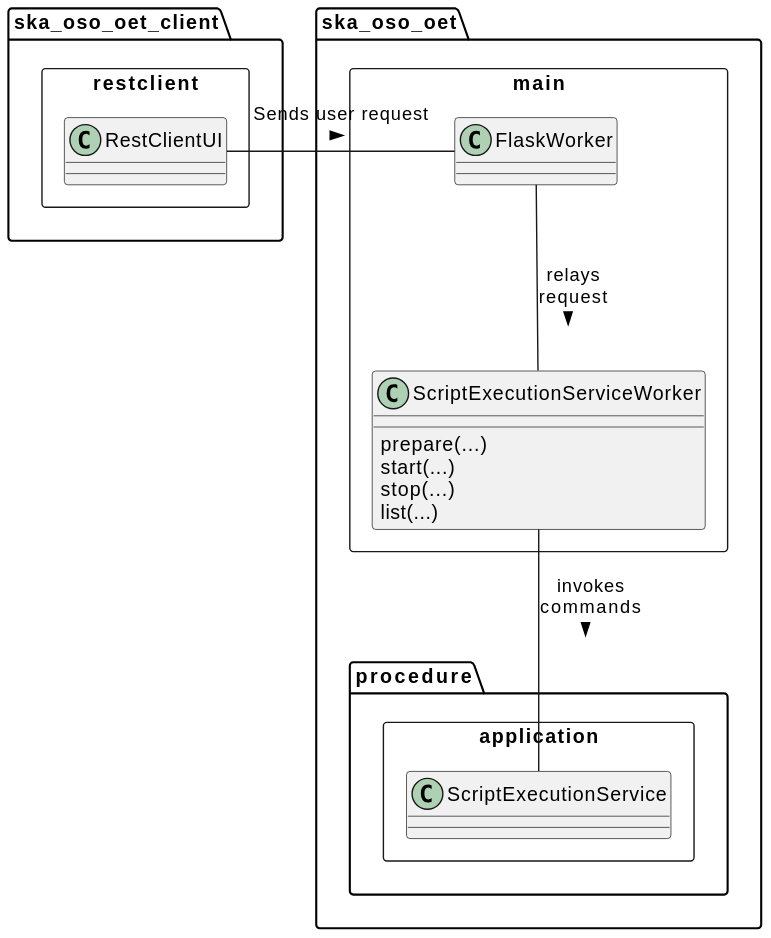
Earlier version of the PlantUML export docs/src/diagrams/export/backend_module_execution_context.svg (ska-telescope/observation-execution-tool).
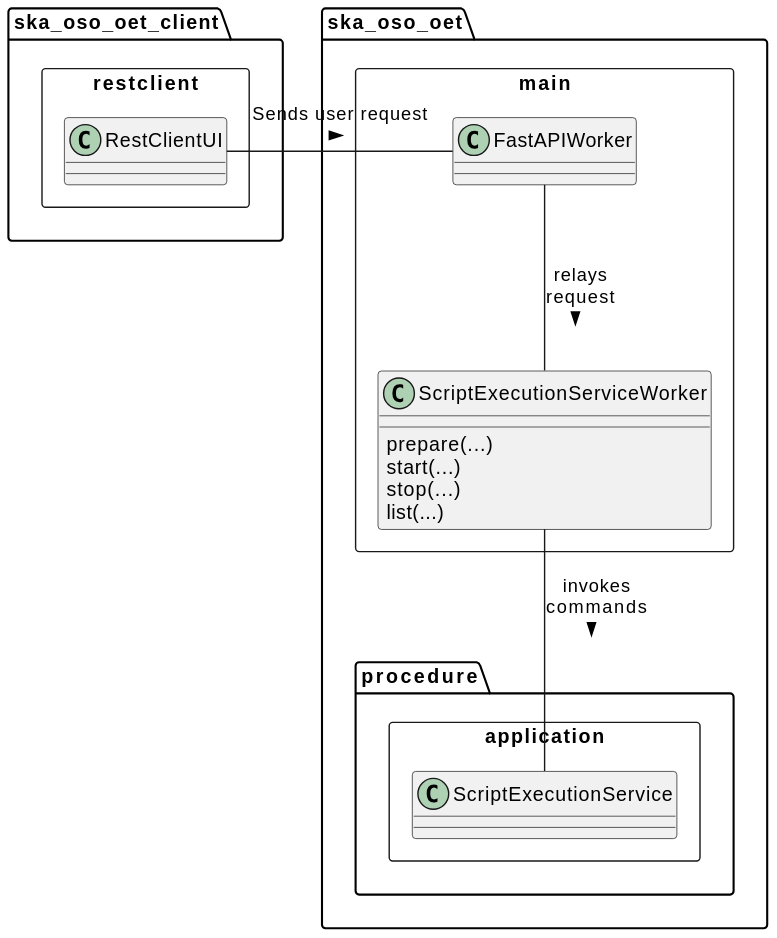
The same file after the commit.

The edit, as a diff of the source:
```diff
@@ -16,7 +16,7 @@
             list(...)
         }
 
-        class FlaskWorker {
+        class FastAPIWorker {
         }
     }
 
@@ -28,8 +28,8 @@
     }
 
 
-    RestClientUI - FlaskWorker : Sends user request\n >
-    FlaskWorker -- ScriptExecutionServiceWorker : relays\nrequest\n >
+    RestClientUI - FastAPIWorker : Sends user request\n >
+    FastAPIWorker -- ScriptExecutionServiceWorker : relays\nrequest\n >
     ScriptExecutionServiceWorker -- ScriptExecutionService : invokes\ncommands\n >
 }
 @enduml
```
